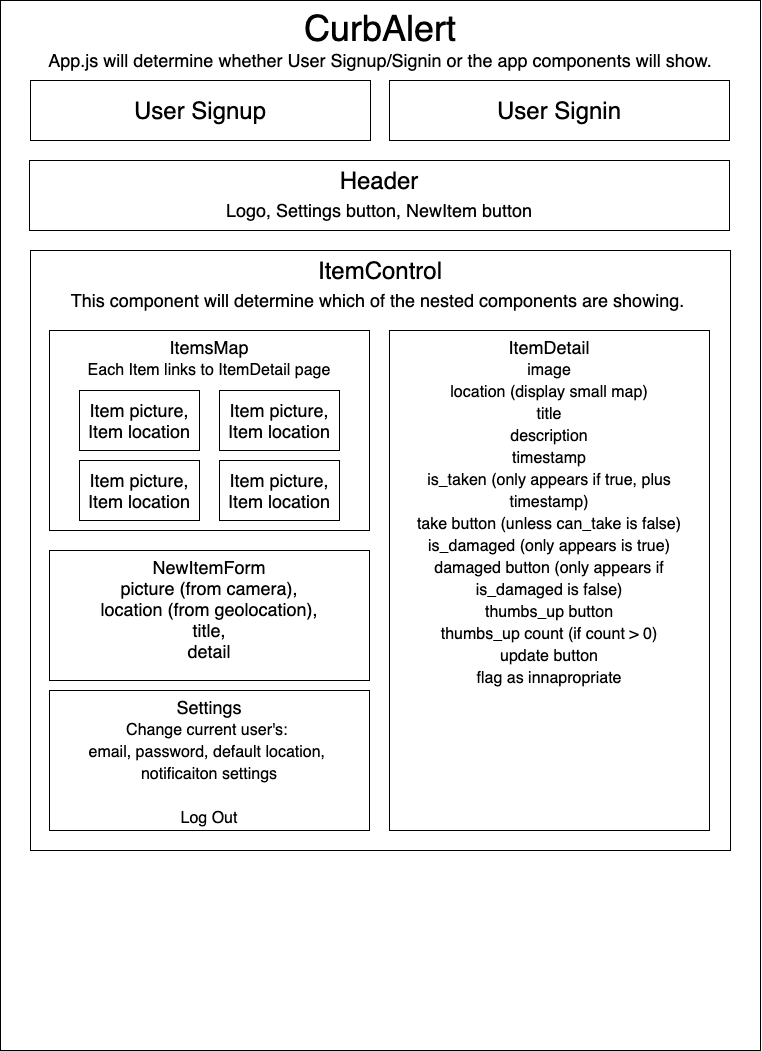
ETS-ReactNative5/CurbAlert keeps this draw.io diagram as project-diagram.drawio.png. Above is the earlier version. Source tidied: cells renumbered, new cells last; positions are measured from the earlier drawing's top-left corner, leaving out a move shared by most shapes.
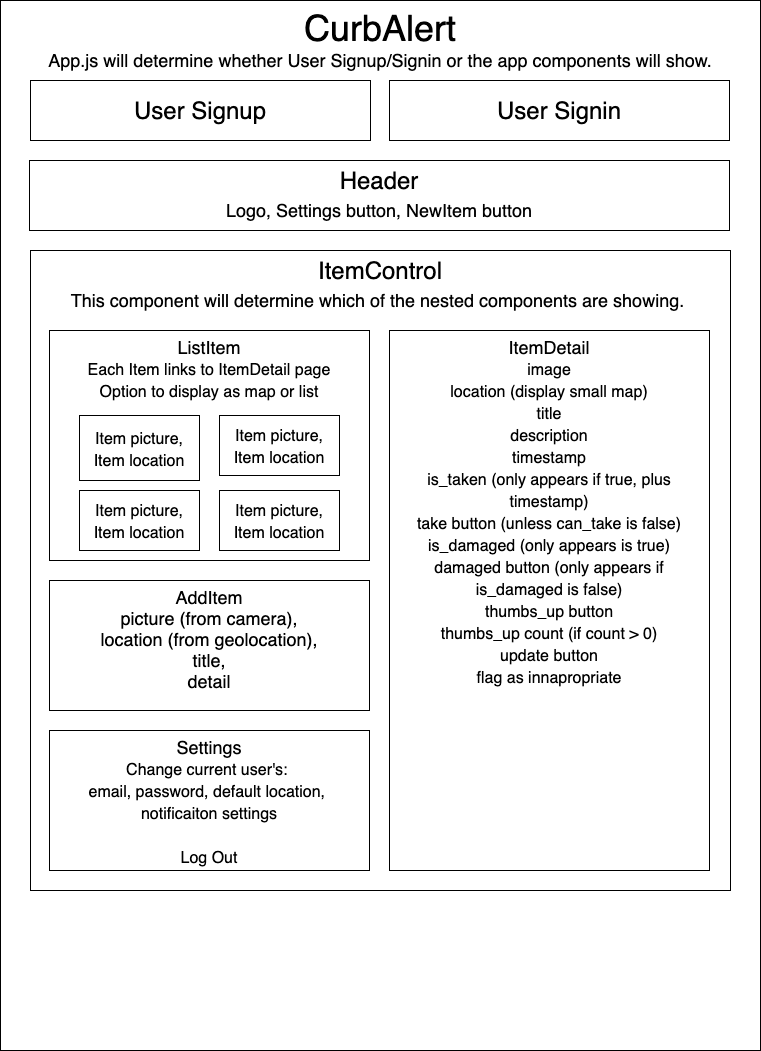
The same diagram one commit later.

What changed in the source:
```diff
@@ -6,7 +6,7 @@
       <mxGeometry width="760" height="1050" as="geometry" />
     </mxCell>
     <mxCell id="3" value="ItemControl&lt;br&gt;&lt;font style=&quot;font-size: 18px&quot;&gt;This component will determine which of the nested components are showing.&amp;nbsp;&lt;/font&gt;" style="rounded=0;whiteSpace=wrap;html=1;fontSize=24;verticalAlign=top;" parent="1" vertex="1">
-      <mxGeometry x="30" y="250" width="700" height="600" as="geometry" />
+      <mxGeometry x="30" y="250" width="700" height="640" as="geometry" />
     </mxCell>
     <mxCell id="4" value="&lt;font&gt;Header&lt;br&gt;&lt;font style=&quot;font-size: 18px&quot;&gt;Logo, Settings button, NewItem button&lt;/font&gt;&lt;br&gt;&lt;/font&gt;" style="rounded=0;whiteSpace=wrap;html=1;fontSize=24;verticalAlign=top;" parent="1" vertex="1">
       <mxGeometry x="29" y="160" width="700" height="70" as="geometry" />
@@ -17,29 +17,29 @@
     <mxCell id="6" value="User Signin" style="rounded=0;whiteSpace=wrap;html=1;fontSize=24;" parent="1" vertex="1">
       <mxGeometry x="389" y="80" width="340" height="60" as="geometry" />
     </mxCell>
-    <mxCell id="7" value="ItemsMap&lt;br&gt;&lt;font style=&quot;font-size: 16px&quot;&gt;Each Item links to ItemDetail page&lt;/font&gt;" style="rounded=0;whiteSpace=wrap;html=1;fontSize=18;verticalAlign=top;" parent="1" vertex="1">
-      <mxGeometry x="49" y="330" width="320" height="200" as="geometry" />
+    <mxCell id="7" value="ListItem&lt;br&gt;&lt;font style=&quot;font-size: 16px&quot;&gt;Each Item links to ItemDetail page&lt;br&gt;Option to display as map or list&lt;br&gt;&lt;/font&gt;" style="rounded=0;whiteSpace=wrap;html=1;fontSize=18;verticalAlign=top;" parent="1" vertex="1">
+      <mxGeometry x="49" y="330" width="320" height="230" as="geometry" />
     </mxCell>
     <mxCell id="8" value="ItemDetail&lt;br&gt;&lt;font style=&quot;font-size: 16px&quot;&gt;image&lt;br&gt;location (display small map)&lt;br&gt;title&lt;br&gt;description&lt;br&gt;timestamp&lt;br&gt;is_taken (only appears if true, plus timestamp)&lt;br&gt;take button (unless can_take is false)&lt;br&gt;is_damaged (only appears is true)&lt;br&gt;damaged button (only appears if is_damaged is false)&lt;br&gt;thumbs_up button&lt;br&gt;thumbs_up count (if count &amp;gt; 0)&lt;br&gt;update button&lt;br&gt;flag as innapropriate&lt;br&gt;&lt;/font&gt;" style="rounded=0;whiteSpace=wrap;html=1;fontSize=18;verticalAlign=top;" parent="1" vertex="1">
-      <mxGeometry x="389" y="330" width="320" height="500" as="geometry" />
+      <mxGeometry x="389" y="330" width="320" height="540" as="geometry" />
     </mxCell>
-    <mxCell id="9" value="NewItemForm&lt;br&gt;picture (from camera),&lt;br&gt;location (from geolocation),&lt;br&gt;title,&lt;br&gt;detail" style="rounded=0;whiteSpace=wrap;html=1;fontSize=18;verticalAlign=top;" parent="1" vertex="1">
-      <mxGeometry x="49" y="550" width="320" height="130" as="geometry" />
+    <mxCell id="9" value="AddItem&lt;br&gt;picture (from camera),&lt;br&gt;location (from geolocation),&lt;br&gt;title,&lt;br&gt;detail" style="rounded=0;whiteSpace=wrap;html=1;fontSize=18;verticalAlign=top;" parent="1" vertex="1">
+      <mxGeometry x="49" y="580" width="320" height="130" as="geometry" />
     </mxCell>
     <mxCell id="10" value="Settings&lt;br&gt;&lt;font style=&quot;font-size: 16px&quot;&gt;Change current user's: &lt;br&gt;email, password, default location, &lt;br&gt;notificaiton settings&lt;br&gt;&lt;br&gt;Log Out&lt;/font&gt;" style="rounded=0;whiteSpace=wrap;html=1;fontSize=18;verticalAlign=top;" parent="1" vertex="1">
-      <mxGeometry x="49" y="690" width="320" height="140" as="geometry" />
+      <mxGeometry x="49" y="730" width="320" height="140" as="geometry" />
     </mxCell>
-    <mxCell id="11" value="&lt;font style=&quot;font-size: 18px&quot;&gt;Item picture,&lt;br&gt;Item location&lt;br&gt;&lt;/font&gt;" style="rounded=0;whiteSpace=wrap;html=1;fontSize=18;" parent="1" vertex="1">
-      <mxGeometry x="79" y="390" width="120" height="60" as="geometry" />
+    <mxCell id="11" value="&lt;font style=&quot;font-size: 16px&quot;&gt;Item picture,&lt;br&gt;Item location&lt;br&gt;&lt;/font&gt;" style="rounded=0;whiteSpace=wrap;html=1;fontSize=18;" parent="1" vertex="1">
+      <mxGeometry x="79" y="415" width="120" height="65" as="geometry" />
     </mxCell>
-    <mxCell id="12" value="&lt;font style=&quot;font-size: 18px&quot;&gt;Item picture,&lt;br&gt;Item location&lt;br&gt;&lt;/font&gt;" style="rounded=0;whiteSpace=wrap;html=1;fontSize=18;" parent="1" vertex="1">
-      <mxGeometry x="219" y="390" width="120" height="60" as="geometry" />
+    <mxCell id="12" value="&lt;font style=&quot;font-size: 16px&quot;&gt;Item picture,&lt;br&gt;Item location&lt;br&gt;&lt;/font&gt;" style="rounded=0;whiteSpace=wrap;html=1;fontSize=18;" parent="1" vertex="1">
+      <mxGeometry x="219" y="415" width="120" height="60" as="geometry" />
     </mxCell>
-    <mxCell id="13" value="&lt;font style=&quot;font-size: 18px&quot;&gt;Item picture,&lt;br&gt;Item location&lt;br&gt;&lt;/font&gt;" style="rounded=0;whiteSpace=wrap;html=1;fontSize=18;" parent="1" vertex="1">
-      <mxGeometry x="79" y="460" width="120" height="60" as="geometry" />
+    <mxCell id="13" value="&lt;font style=&quot;font-size: 16px&quot;&gt;Item picture,&lt;br&gt;Item location&lt;br&gt;&lt;/font&gt;" style="rounded=0;whiteSpace=wrap;html=1;fontSize=18;" parent="1" vertex="1">
+      <mxGeometry x="79" y="490" width="120" height="60" as="geometry" />
     </mxCell>
-    <mxCell id="14" value="&lt;font style=&quot;font-size: 18px&quot;&gt;Item picture,&lt;br&gt;Item location&lt;br&gt;&lt;/font&gt;" style="rounded=0;whiteSpace=wrap;html=1;fontSize=18;" parent="1" vertex="1">
-      <mxGeometry x="219" y="460" width="120" height="60" as="geometry" />
+    <mxCell id="14" value="&lt;font style=&quot;font-size: 16px&quot;&gt;Item picture,&lt;br&gt;Item location&lt;br&gt;&lt;/font&gt;" style="rounded=0;whiteSpace=wrap;html=1;fontSize=18;" parent="1" vertex="1">
+      <mxGeometry x="219" y="490" width="120" height="60" as="geometry" />
     </mxCell>
   </root>
 </mxGraphModel>
```
